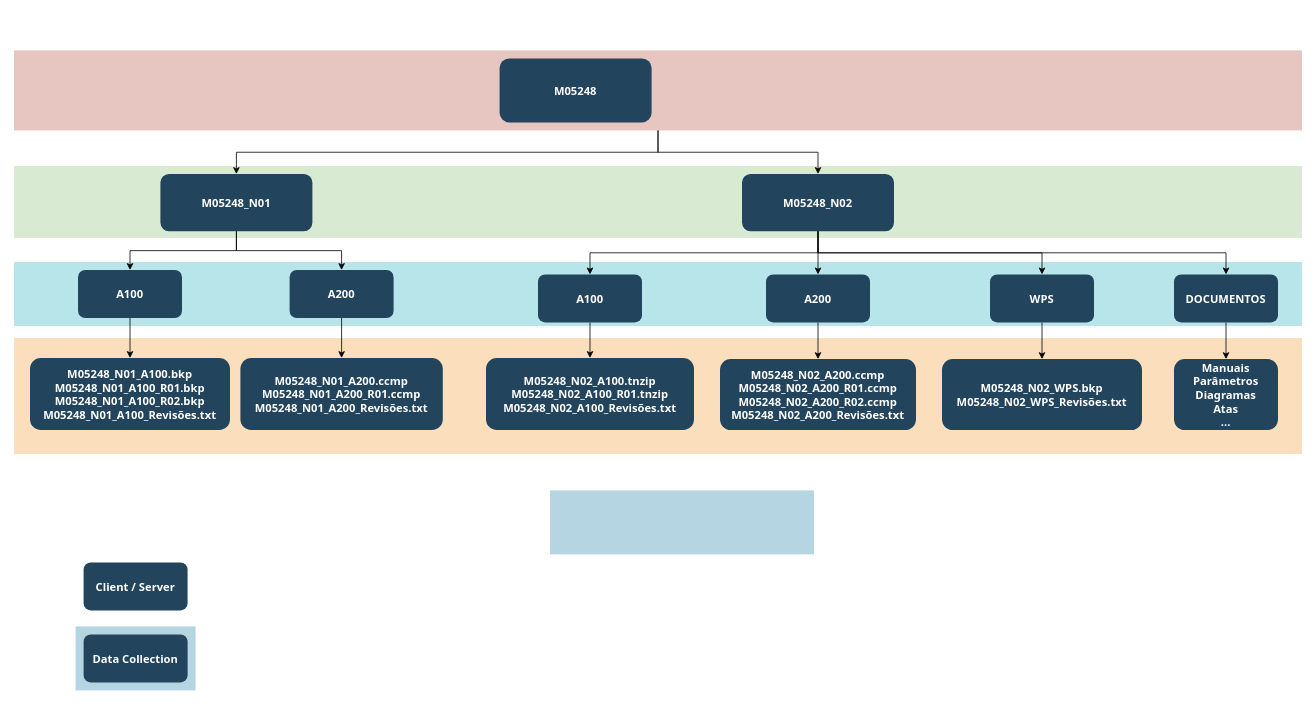
Earlier version of the draw.io diagram diagrama_backups.drawio (JonanMuller/WEGDiagrams). Source tidied: cells renumbered, new cells numbered last; positions are measured from the earlier drawing's top-left corner, leaving out a move shared by most shapes. Both pictures are drawn from the tidied source at 80%, with x=0, y=0 at pixel (14, 50).
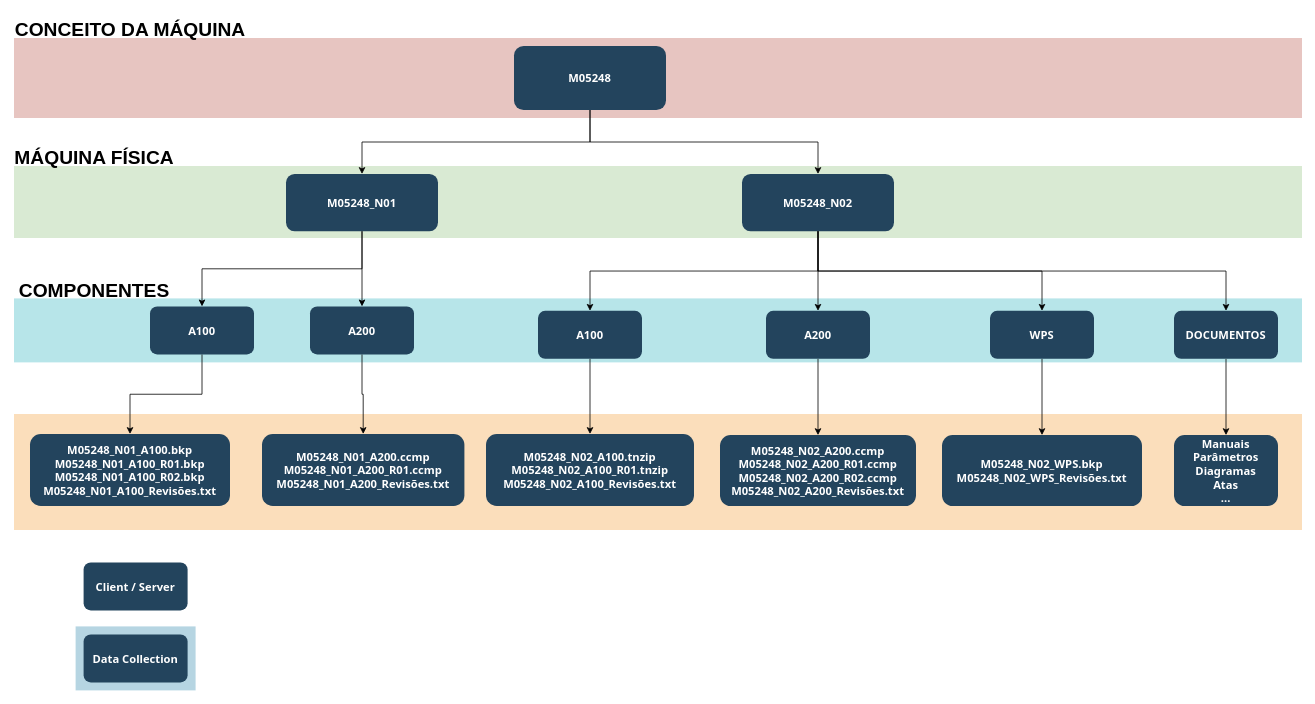
The same diagram, later.

Unchanged cells that the change refers to:
```xml
<mxCell id="11" value="M05248_N02" style="rounded=1;fillColor=#23445D;gradientColor=none;strokeColor=none;fontColor=#FFFFFF;fontStyle=1;fontFamily=Tahoma;fontSize=14;" parent="1" vertex="1">
  <mxGeometry x="910" y="154" width="190" height="71.5" as="geometry" />
</mxCell>
```

What changed in the source:
```diff
@@
     <mxCell id="2" style="fillColor=#AE4132;strokeColor=none;opacity=30;" parent="1" vertex="1">
-      <mxGeometry y="-0.5" width="1610" height="100" as="geometry" />
+      <mxGeometry y="-16" width="1610" height="100" as="geometry" />
     </mxCell>
     <mxCell id="3" style="fillColor=#F2931E;strokeColor=none;opacity=30;" parent="1" vertex="1">
-      <mxGeometry y="359" width="1610" height="145" as="geometry" />
+      <mxGeometry y="454" width="1610" height="145" as="geometry" />
     </mxCell>
-    <mxCell id="4" style="fillColor=#10739E;strokeColor=none;opacity=30;" parent="1" vertex="1">
-      <mxGeometry x="670" y="549.5" width="330" height="80" as="geometry" />
-    </mxCell>
@@
     <mxCell id="7" style="fillColor=#12AAB5;strokeColor=none;opacity=30;" parent="1" vertex="1">
-      <mxGeometry y="264" width="1610" height="80" as="geometry" />
+      <mxGeometry y="309.5" width="1610" height="80" as="geometry" />
     </mxCell>
-    <mxCell id="8" style="edgeStyle=orthogonalEdgeStyle;rounded=0;jettySize=auto;html=1;entryX=0.5;entryY=0;entryDx=0;entryDy=0;exitX=0.5;exitY=1;exitDx=0;exitDy=0;" parent="1" edge="1" source="2" target="11">
+    <mxCell id="8" style="edgeStyle=orthogonalEdgeStyle;rounded=0;jettySize=auto;html=1;entryX=0.5;entryY=0;entryDx=0;entryDy=0;exitX=0.5;exitY=1;exitDx=0;exitDy=0;" parent="1" edge="1" source="9" target="11">
       <mxGeometry relative="1" as="geometry" />
     </mxCell>
     <mxCell id="9" value="M05248" style="rounded=1;fillColor=#23445D;gradientColor=none;strokeColor=none;fontColor=#FFFFFF;fontStyle=1;fontFamily=Tahoma;fontSize=14;" parent="1" vertex="1">
-      <mxGeometry x="607" y="9.5" width="190" height="80" as="geometry" />
+      <mxGeometry x="625" y="-6" width="190" height="80" as="geometry" />
     </mxCell>
@@
-    <mxCell id="12" style="edgeStyle=orthogonalEdgeStyle;rounded=0;jettySize=auto;html=1;entryX=0.5;entryY=0;entryDx=0;entryDy=0;" parent="1" edge="1" source="13" target="15">
+    <mxCell id="12" style="edgeStyle=orthogonalEdgeStyle;rounded=0;jettySize=auto;html=1;entryX=0.5;entryY=0;entryDx=0;entryDy=0;exitX=0.5;exitY=1;exitDx=0;exitDy=0;" parent="1" edge="1" source="13" target="15">
       <mxGeometry relative="1" as="geometry" />
     </mxCell>
     <mxCell id="13" value="M05248_N01" style="rounded=1;fillColor=#23445D;gradientColor=none;strokeColor=none;fontColor=#FFFFFF;fontStyle=1;fontFamily=Tahoma;fontSize=14;" parent="1" vertex="1">
-      <mxGeometry x="183" y="154" width="190" height="71.5" as="geometry" />
+      <mxGeometry x="340" y="154" width="190" height="71.5" as="geometry" />
     </mxCell>
@@
     <mxCell id="15" value="A100" style="rounded=1;fillColor=#23445D;gradientColor=none;strokeColor=none;fontColor=#FFFFFF;fontStyle=1;fontFamily=Tahoma;fontSize=14;" parent="1" vertex="1">
-      <mxGeometry x="80" y="274" width="130" height="60" as="geometry" />
+      <mxGeometry x="170" y="319.5" width="130" height="60" as="geometry" />
     </mxCell>
     <mxCell id="16" value="M05248_N01_A100.bkp&#10;M05248_N01_A100_R01.bkp&#10;M05248_N01_A100_R02.bkp&#10;M05248_N01_A100_Revisões.txt" style="rounded=1;fillColor=#23445D;gradientColor=none;strokeColor=none;fontColor=#FFFFFF;fontStyle=1;fontFamily=Tahoma;fontSize=14;" parent="1" vertex="1">
-      <mxGeometry x="20" y="384" width="250" height="90" as="geometry" />
+      <mxGeometry x="20" y="479" width="250" height="90" as="geometry" />
     </mxCell>
@@
     <mxCell id="18" value="A200" style="rounded=1;fillColor=#23445D;gradientColor=none;strokeColor=none;fontColor=#FFFFFF;fontStyle=1;fontFamily=Tahoma;fontSize=14;" parent="1" vertex="1">
-      <mxGeometry x="344.5" y="274" width="130" height="60" as="geometry" />
+      <mxGeometry x="370" y="319.5" width="130" height="60" as="geometry" />
     </mxCell>
     <mxCell id="19" value="M05248_N01_A200.ccmp&#10;M05248_N01_A200_R01.ccmp&#10;M05248_N01_A200_Revisões.txt" style="rounded=1;fillColor=#23445D;gradientColor=none;strokeColor=none;fontColor=#FFFFFF;fontStyle=1;fontFamily=Tahoma;fontSize=14;" parent="1" vertex="1">
-      <mxGeometry x="283" y="384" width="253" height="90" as="geometry" />
+      <mxGeometry x="310" y="479" width="253" height="90" as="geometry" />
     </mxCell>
@@
     <mxCell id="23" value="A100" style="rounded=1;fillColor=#23445D;gradientColor=none;strokeColor=none;fontColor=#FFFFFF;fontStyle=1;fontFamily=Tahoma;fontSize=14;" parent="1" vertex="1">
-      <mxGeometry x="655" y="279.5" width="130" height="60" as="geometry" />
+      <mxGeometry x="655" y="325" width="130" height="60" as="geometry" />
     </mxCell>
     <mxCell id="24" value="M05248_N02_A100.tnzip&#10;M05248_N02_A100_R01.tnzip&#10;M05248_N02_A100_Revisões.txt" style="rounded=1;fillColor=#23445D;gradientColor=none;strokeColor=none;fontColor=#FFFFFF;fontStyle=1;fontFamily=Tahoma;fontSize=14;" parent="1" vertex="1">
-      <mxGeometry x="590" y="384" width="260" height="90" as="geometry" />
+      <mxGeometry x="590" y="479" width="260" height="90" as="geometry" />
     </mxCell>
@@
     <mxCell id="26" value="A200" style="rounded=1;fillColor=#23445D;gradientColor=none;strokeColor=none;fontColor=#FFFFFF;fontStyle=1;fontFamily=Tahoma;fontSize=14;" parent="1" vertex="1">
-      <mxGeometry x="940" y="279.5" width="130" height="60" as="geometry" />
+      <mxGeometry x="940" y="325" width="130" height="60" as="geometry" />
     </mxCell>
     <mxCell id="27" value="M05248_N02_A200.ccmp&#10;M05248_N02_A200_R01.ccmp&#10;M05248_N02_A200_R02.ccmp&#10;M05248_N02_A200_Revisões.txt" style="rounded=1;fillColor=#23445D;gradientColor=none;strokeColor=none;fontColor=#FFFFFF;fontStyle=1;fontFamily=Tahoma;fontSize=14;" parent="1" vertex="1">
-      <mxGeometry x="882.5" y="385.4" width="245" height="88.6" as="geometry" />
+      <mxGeometry x="882.5" y="480.4" width="245" height="88.6" as="geometry" />
     </mxCell>
@@
     <mxCell id="29" value="WPS" style="rounded=1;fillColor=#23445D;gradientColor=none;strokeColor=none;fontColor=#FFFFFF;fontStyle=1;fontFamily=Tahoma;fontSize=14;" parent="1" vertex="1">
-      <mxGeometry x="1220" y="279.5" width="130" height="60" as="geometry" />
+      <mxGeometry x="1220" y="325" width="130" height="60" as="geometry" />
     </mxCell>
     <mxCell id="30" value="M05248_N02_WPS.bkp&#10;M05248_N02_WPS_Revisões.txt" style="rounded=1;fillColor=#23445D;gradientColor=none;strokeColor=none;fontColor=#FFFFFF;fontStyle=1;fontFamily=Tahoma;fontSize=14;" parent="1" vertex="1">
-      <mxGeometry x="1160" y="385.4" width="250" height="88.6" as="geometry" />
+      <mxGeometry x="1160" y="480.4" width="250" height="88.6" as="geometry" />
     </mxCell>
@@
-    <mxCell id="32" style="edgeStyle=orthogonalEdgeStyle;rounded=0;jettySize=auto;html=1;entryX=0.5;entryY=0;entryDx=0;entryDy=0;exitX=0.5;exitY=1;exitDx=0;exitDy=0;" parent="1" edge="1" source="2" target="13">
+    <mxCell id="32" style="edgeStyle=orthogonalEdgeStyle;rounded=0;jettySize=auto;html=1;entryX=0.5;entryY=0;entryDx=0;entryDy=0;exitX=0.5;exitY=1;exitDx=0;exitDy=0;" parent="1" edge="1" source="9" target="13">
       <mxGeometry relative="1" as="geometry" />
     </mxCell>
@@
     <mxCell id="34" value="DOCUMENTOS" style="rounded=1;fillColor=#23445D;gradientColor=none;strokeColor=none;fontColor=#FFFFFF;fontStyle=1;fontFamily=Tahoma;fontSize=14;" parent="1" vertex="1">
-      <mxGeometry x="1450" y="279.5" width="130" height="60" as="geometry" />
+      <mxGeometry x="1450" y="325" width="130" height="60" as="geometry" />
     </mxCell>
@@
     <mxCell id="38" value="Manuais&#10;Parâmetros&#10;Diagramas&#10;Atas&#10;..." style="rounded=1;fillColor=#23445D;gradientColor=none;strokeColor=none;fontColor=#FFFFFF;fontStyle=1;fontFamily=Tahoma;fontSize=14;" parent="1" vertex="1">
-      <mxGeometry x="1450" y="385.4" width="130" height="88.6" as="geometry" />
+      <mxGeometry x="1450" y="480.4" width="130" height="88.6" as="geometry" />
     </mxCell>
+    <mxCell id="39" value="CONCEITO DA MÁQUINA" style="text;strokeColor=none;fillColor=none;html=1;fontSize=24;fontStyle=1;verticalAlign=middle;align=center;" parent="1" vertex="1">
+      <mxGeometry x="95" y="-46" width="100" height="40" as="geometry" />
+    </mxCell>
+    <mxCell id="40" value="MÁQUINA FÍSICA" style="text;strokeColor=none;fillColor=none;html=1;fontSize=24;fontStyle=1;verticalAlign=middle;align=center;" parent="1" vertex="1">
+      <mxGeometry x="50" y="114" width="100" height="40" as="geometry" />
+    </mxCell>
+    <mxCell id="41" value="COMPONENTES" style="text;strokeColor=none;fillColor=none;html=1;fontSize=24;fontStyle=1;verticalAlign=middle;align=center;" parent="1" vertex="1">
+      <mxGeometry x="50" y="279.5" width="100" height="40" as="geometry" />
+    </mxCell>
```
